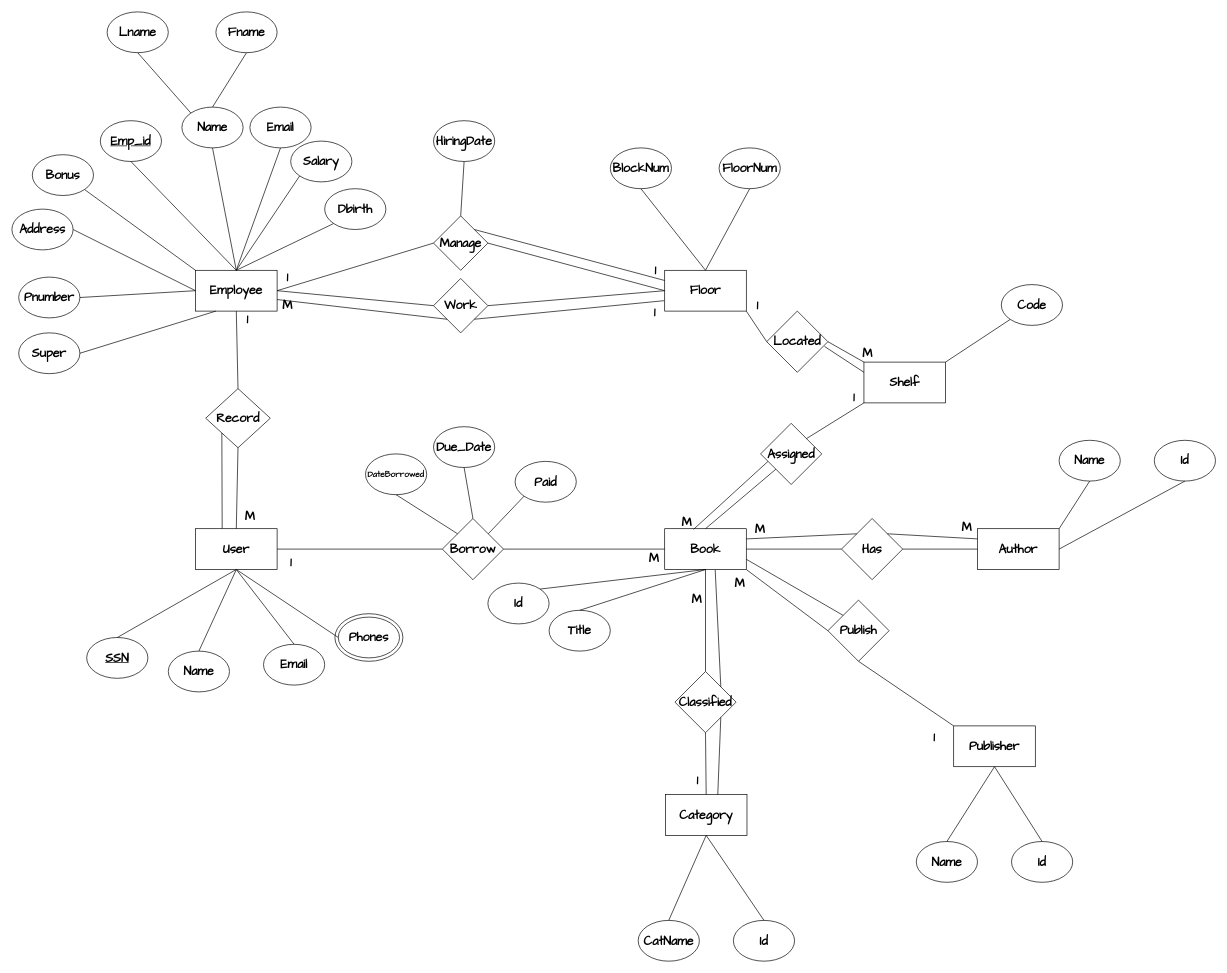
Earlier version of the draw.io diagram Erd6.drawio (you22ef/ERDs). Source tidied: cells renumbered, new cells numbered last; positions are measured from the earlier drawing's top-left corner, leaving out a move shared by most shapes. Both pictures are drawn from the tidied source at 68%, with x=0, y=0 at pixel (12, 12).
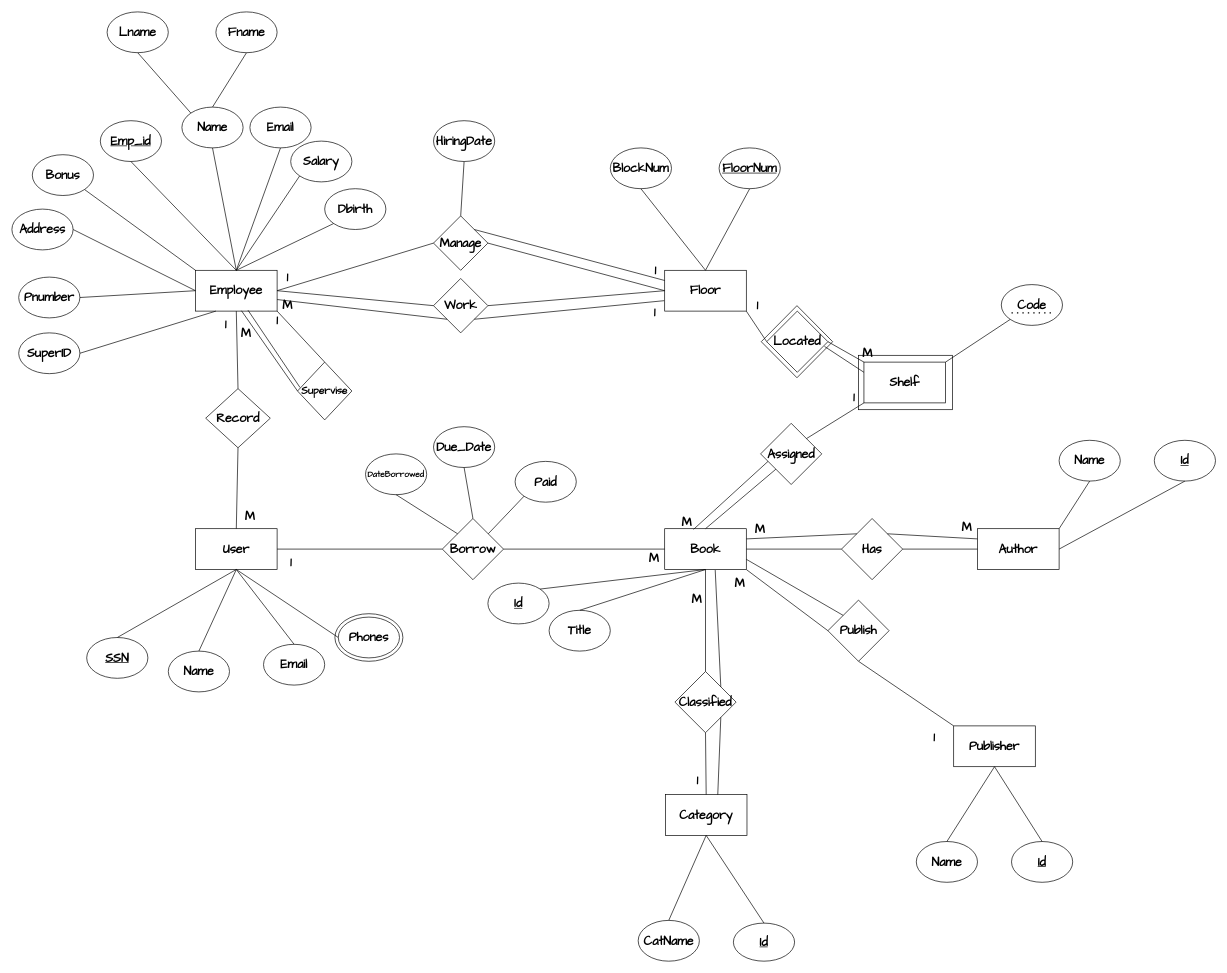
After the change.

Unchanged cells that the change refers to:
```xml
<mxCell id="3" value="&lt;font face=&quot;Architects Daughter&quot; style=&quot;font-size: 18px;&quot;&gt;&lt;b&gt;Employee&lt;/b&gt;&lt;/font&gt;" style="rounded=0;whiteSpace=wrap;html=1;" parent="1" vertex="1">
  <mxGeometry x="270" y="380" width="120" height="60" as="geometry" />
</mxCell>
<mxCell id="46" value="&lt;font face=&quot;Architects Daughter&quot; style=&quot;font-size: 18px;&quot;&gt;&lt;b&gt;User&lt;/b&gt;&lt;/font&gt;" style="rounded=0;whiteSpace=wrap;html=1;" parent="1" vertex="1">
  <mxGeometry x="270" y="760" width="120" height="60" as="geometry" />
</mxCell>
<mxCell id="55" value="&lt;font face=&quot;Architects Daughter&quot;&gt;&lt;span style=&quot;font-size: 18px;&quot;&gt;&lt;b&gt;Record&lt;/b&gt;&lt;/span&gt;&lt;/font&gt;" style="rhombus;whiteSpace=wrap;html=1;" parent="1" vertex="1">
  <mxGeometry x="285" y="554" width="95" height="87" as="geometry" />
</mxCell>
```

The edit, as a diff of the source:
```diff
@@
+    <mxCell id="127" style="rhombus;whiteSpace=wrap;html=1;" parent="1" vertex="1">
+      <mxGeometry x="1102" y="432" width="105" height="106" as="geometry" />
+    </mxCell>
+    <mxCell id="128" style="rounded=0;whiteSpace=wrap;html=1;" parent="1" vertex="1">
+      <mxGeometry x="1245" y="505" width="138" height="80" as="geometry" />
+    </mxCell>
@@
-    <mxCell id="24" value="&lt;font face=&quot;Architects Daughter&quot; style=&quot;font-size: 18px;&quot;&gt;&lt;b&gt;Super&lt;/b&gt;&lt;/font&gt;" style="ellipse;whiteSpace=wrap;html=1;" parent="1" vertex="1">
+    <mxCell id="24" value="&lt;font face=&quot;Architects Daughter&quot; style=&quot;font-size: 18px;&quot;&gt;&lt;b&gt;SuperID&lt;/b&gt;&lt;/font&gt;" style="ellipse;whiteSpace=wrap;html=1;" parent="1" vertex="1">
       <mxGeometry x="10" y="472" width="90" height="60" as="geometry" />
     </mxCell>
@@
-    <mxCell id="27" value="&lt;font face=&quot;Architects Daughter&quot; style=&quot;font-size: 18px;&quot;&gt;&lt;b&gt;FloorNum&lt;/b&gt;&lt;/font&gt;" style="ellipse;whiteSpace=wrap;html=1;" parent="1" vertex="1">
+    <mxCell id="27" value="&lt;font face=&quot;Architects Daughter&quot; style=&quot;font-size: 18px;&quot;&gt;&lt;b&gt;&lt;u&gt;FloorNum&lt;/u&gt;&lt;/b&gt;&lt;/font&gt;" style="ellipse;whiteSpace=wrap;html=1;" parent="1" vertex="1">
       <mxGeometry x="1040" y="200" width="90" height="60" as="geometry" />
     </mxCell>
@@
-    <mxCell id="58" style="endArrow=none;html=1;rounded=0;entryX=0;entryY=1;entryDx=0;entryDy=0;exitX=0.327;exitY=-0.003;exitDx=0;exitDy=0;exitPerimeter=0;" parent="1" edge="1" source="46" target="55">
-      <mxGeometry relative="1" as="geometry" />
-    </mxCell>
     <mxCell id="59" value="&lt;font style=&quot;font-size: 18px;&quot; face=&quot;Architects Daughter&quot;&gt;&lt;b&gt;1&lt;/b&gt;&lt;/font&gt;" style="text;html=1;align=center;verticalAlign=middle;strokeColor=none;fillColor=none;" parent="1" vertex="1">
-      <mxGeometry x="331" y="432" width="30" height="40" as="geometry" />
+      <mxGeometry x="299" y="440" width="30" height="40" as="geometry" />
     </mxCell>
@@
-    <mxCell id="63" value="&lt;font face=&quot;Architects Daughter&quot;&gt;&lt;span style=&quot;font-size: 18px;&quot;&gt;&lt;b&gt;Id&lt;/b&gt;&lt;/span&gt;&lt;/font&gt;" style="ellipse;whiteSpace=wrap;html=1;" parent="1" vertex="1">
+    <mxCell id="63" value="&lt;font face=&quot;Architects Daughter&quot;&gt;&lt;span style=&quot;font-size: 18px;&quot;&gt;&lt;b&gt;&lt;u&gt;Id&lt;/u&gt;&lt;/b&gt;&lt;/span&gt;&lt;/font&gt;" style="ellipse;whiteSpace=wrap;html=1;" parent="1" vertex="1">
       <mxGeometry x="700" y="840" width="90" height="60" as="geometry" />
     </mxCell>
@@
-    <mxCell id="79" value="&lt;font face=&quot;Architects Daughter&quot;&gt;&lt;span style=&quot;font-size: 18px;&quot;&gt;&lt;b&gt;Id&lt;/b&gt;&lt;/span&gt;&lt;/font&gt;" style="ellipse;whiteSpace=wrap;html=1;" parent="1" vertex="1">
+    <mxCell id="79" value="&lt;font face=&quot;Architects Daughter&quot;&gt;&lt;span style=&quot;font-size: 18px;&quot;&gt;&lt;b&gt;&lt;u&gt;Id&lt;/u&gt;&lt;/b&gt;&lt;/span&gt;&lt;/font&gt;" style="ellipse;whiteSpace=wrap;html=1;" parent="1" vertex="1">
       <mxGeometry x="1680" y="630" width="90" height="60" as="geometry" />
     </mxCell>
@@
-    <mxCell id="89" value="&lt;font face=&quot;Architects Daughter&quot;&gt;&lt;span style=&quot;font-size: 18px;&quot;&gt;&lt;b&gt;Id&lt;/b&gt;&lt;/span&gt;&lt;/font&gt;" style="ellipse;whiteSpace=wrap;html=1;" parent="1" vertex="1">
+    <mxCell id="89" value="&lt;font face=&quot;Architects Daughter&quot;&gt;&lt;span style=&quot;font-size: 18px;&quot;&gt;&lt;b&gt;&lt;u&gt;Id&lt;/u&gt;&lt;/b&gt;&lt;/span&gt;&lt;/font&gt;" style="ellipse;whiteSpace=wrap;html=1;" parent="1" vertex="1">
       <mxGeometry x="1470" y="1220" width="90" height="60" as="geometry" />
     </mxCell>
@@
-    <mxCell id="103" value="&lt;font face=&quot;Architects Daughter&quot;&gt;&lt;span style=&quot;font-size: 18px;&quot;&gt;&lt;b&gt;Id&lt;/b&gt;&lt;/span&gt;&lt;/font&gt;" style="ellipse;whiteSpace=wrap;html=1;" parent="1" vertex="1">
-      <mxGeometry x="1061" y="1336" width="90" height="60" as="geometry" />
+    <mxCell id="103" value="&lt;font face=&quot;Architects Daughter&quot;&gt;&lt;span style=&quot;font-size: 18px;&quot;&gt;&lt;b&gt;&lt;u&gt;Id&lt;/u&gt;&lt;/b&gt;&lt;/span&gt;&lt;/font&gt;" style="ellipse;whiteSpace=wrap;html=1;" parent="1" vertex="1">
+      <mxGeometry x="1061" y="1340" width="90" height="56" as="geometry" />
     </mxCell>
@@
+    <mxCell id="129" style="endArrow=none;dashed=1;html=1;dashPattern=1 3;strokeWidth=2;rounded=0;" parent="1" edge="1">
+      <mxGeometry relative="1" as="geometry">
+        <mxPoint x="1470" y="442.6" as="sourcePoint" />
+        <mxPoint x="1530" y="442.6" as="targetPoint" />
+      </mxGeometry>
+    </mxCell>
+    <mxCell id="130" style="endArrow=none;html=1;rounded=0;entryX=1;entryY=1;entryDx=0;entryDy=0;exitX=0.5;exitY=0;exitDx=0;exitDy=0;" parent="1" edge="1" source="131" target="3">
+      <mxGeometry relative="1" as="geometry" />
+    </mxCell>
+    <mxCell id="131" value="&lt;font style=&quot;font-size: 15px;&quot; face=&quot;Architects Daughter&quot;&gt;&lt;b style=&quot;&quot;&gt;Supervise&lt;/b&gt;&lt;/font&gt;" style="rhombus;whiteSpace=wrap;html=1;" parent="1" vertex="1">
+      <mxGeometry x="420" y="515" width="80" height="85" as="geometry" />
+    </mxCell>
+    <mxCell id="132" style="endArrow=none;html=1;rounded=0;exitX=0;exitY=0.5;exitDx=0;exitDy=0;entryX=0.563;entryY=0.99;entryDx=0;entryDy=0;entryPerimeter=0;" parent="1" edge="1" source="131" target="3">
+      <mxGeometry relative="1" as="geometry" />
+    </mxCell>
+    <mxCell id="133" style="endArrow=none;html=1;rounded=0;entryX=0.643;entryY=0.977;entryDx=0;entryDy=0;entryPerimeter=0;exitX=0.046;exitY=0.439;exitDx=0;exitDy=0;exitPerimeter=0;" parent="1" edge="1" source="131" target="3">
+      <mxGeometry relative="1" as="geometry" />
+    </mxCell>
+    <mxCell id="134" value="&lt;font style=&quot;font-size: 18px;&quot; face=&quot;Architects Daughter&quot;&gt;&lt;b&gt;1&lt;/b&gt;&lt;/font&gt;" style="text;html=1;align=center;verticalAlign=middle;strokeColor=none;fillColor=none;" parent="1" vertex="1">
+      <mxGeometry x="375" y="433" width="30" height="40" as="geometry" />
+    </mxCell>
+    <mxCell id="135" value="&lt;font style=&quot;font-size: 18px;&quot; face=&quot;Architects Daughter&quot;&gt;&lt;b&gt;M&lt;/b&gt;&lt;/font&gt;" style="text;html=1;align=center;verticalAlign=middle;strokeColor=none;fillColor=none;" parent="1" vertex="1">
+      <mxGeometry x="324" y="452" width="40" height="40" as="geometry" />
+    </mxCell>
```
